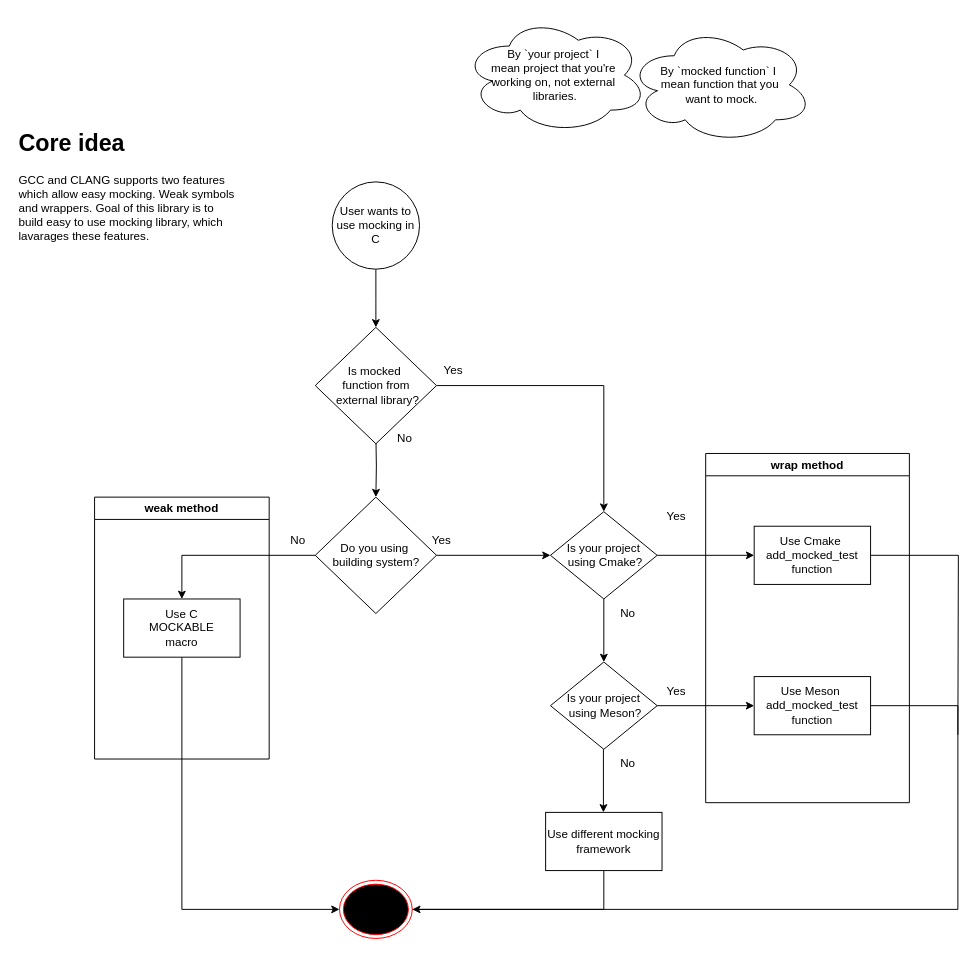
The draw.io diagram docs/c-minilib-mock-architecture.drawio in KubaTaba1uga/cdk_mock, before the edit. Source tidied: cells renumbered, new cells numbered last; positions are measured from the earlier drawing's top-left corner, leaving out a move shared by most shapes. Both pictures are drawn from the tidied source at 97%, with x=0, y=0 at pixel (16, 16).
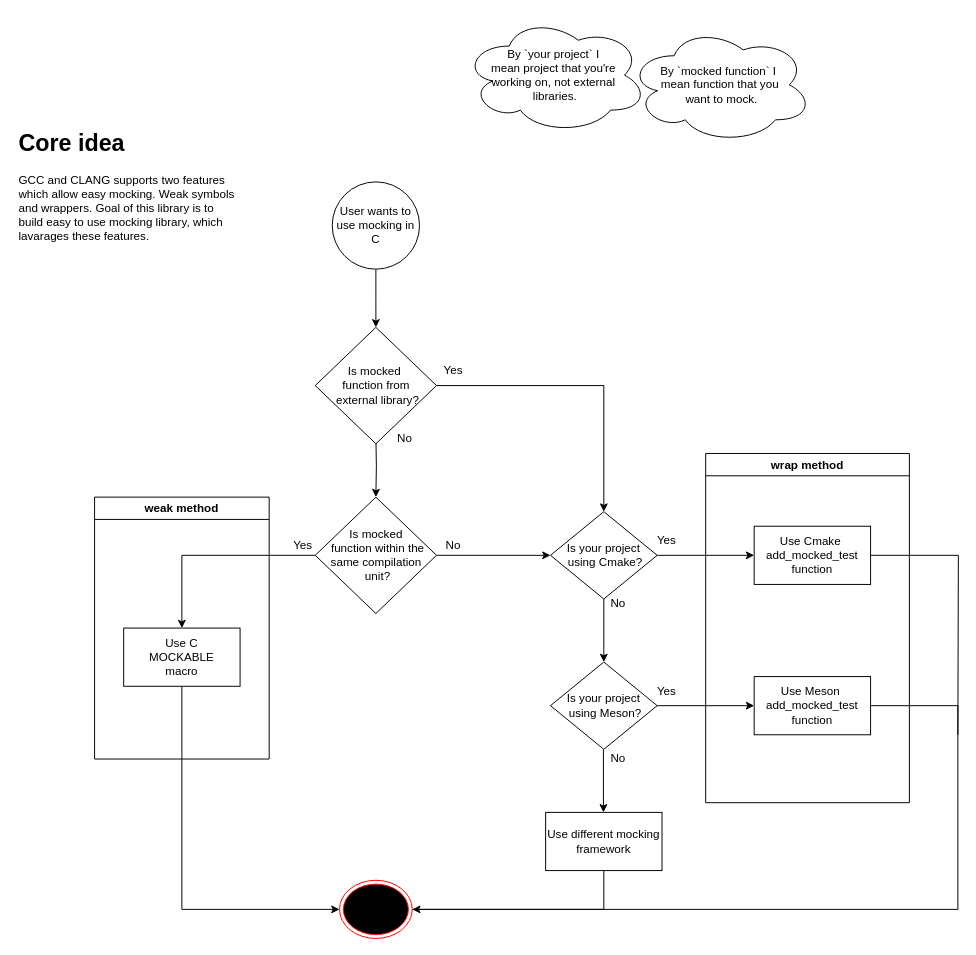
Above is the later version.

Commit message:
update architecture drawing

What changed in the source:
```diff
@@
     <mxCell id="14" value="Yes" style="text;html=1;align=center;verticalAlign=middle;whiteSpace=wrap;rounded=0;" parent="1" vertex="1">
-      <mxGeometry x="650" y="500" width="60" height="30" as="geometry" />
+      <mxGeometry x="640" y="525" width="60" height="30" as="geometry" />
     </mxCell>
@@
     <mxCell id="19" value="No" style="text;html=1;align=center;verticalAlign=middle;whiteSpace=wrap;rounded=0;" parent="1" vertex="1">
-      <mxGeometry x="600" y="600" width="60" height="30" as="geometry" />
+      <mxGeometry x="590" y="590" width="60" height="30" as="geometry" />
     </mxCell>
     <mxCell id="20" value="Yes" style="text;html=1;align=center;verticalAlign=middle;whiteSpace=wrap;rounded=0;" parent="1" vertex="1">
-      <mxGeometry x="650" y="680" width="60" height="30" as="geometry" />
+      <mxGeometry x="640" y="680" width="60" height="30" as="geometry" />
     </mxCell>
@@
     <mxCell id="22" value="No" style="text;html=1;align=center;verticalAlign=middle;whiteSpace=wrap;rounded=0;" parent="1" vertex="1">
-      <mxGeometry x="600" y="755" width="60" height="30" as="geometry" />
+      <mxGeometry x="590" y="750" width="60" height="30" as="geometry" />
     </mxCell>
@@
-    <mxCell id="29" value="Do you using&amp;nbsp;&lt;div&gt;building system&lt;span style=&quot;background-color: transparent; color: light-dark(rgb(0, 0, 0), rgb(255, 255, 255));&quot;&gt;?&lt;/span&gt;&lt;/div&gt;" style="rhombus;whiteSpace=wrap;html=1;" parent="1" vertex="1">
+    <mxCell id="29" value="Is&amp;nbsp;&lt;span style=&quot;background-color: transparent; color: light-dark(rgb(0, 0, 0), rgb(255, 255, 255));&quot;&gt;mocked&lt;/span&gt;&lt;div&gt;&lt;span style=&quot;background-color: transparent; color: light-dark(rgb(0, 0, 0), rgb(255, 255, 255));&quot;&gt;&amp;nbsp;function&amp;nbsp;&lt;/span&gt;&lt;span style=&quot;background-color: transparent; color: light-dark(rgb(0, 0, 0), rgb(255, 255, 255));&quot;&gt;within the same compilation&lt;/span&gt;&lt;/div&gt;&lt;div&gt;&lt;span style=&quot;background-color: transparent; color: light-dark(rgb(0, 0, 0), rgb(255, 255, 255));&quot;&gt;&amp;nbsp;unit&lt;/span&gt;&lt;span style=&quot;background-color: transparent; color: light-dark(rgb(0, 0, 0), rgb(255, 255, 255));&quot;&gt;?&lt;/span&gt;&lt;/div&gt;" style="rhombus;whiteSpace=wrap;html=1;" parent="1" vertex="1">
       <mxGeometry x="307.5" y="495" width="125" height="120" as="geometry" />
     </mxCell>
@@
     <mxCell id="31" value="Yes" style="text;html=1;align=center;verticalAlign=middle;whiteSpace=wrap;rounded=0;" parent="1" vertex="1">
-      <mxGeometry x="407.5" y="525" width="60" height="30" as="geometry" />
+      <mxGeometry x="265" y="530" width="60" height="30" as="geometry" />
     </mxCell>
     <mxCell id="32" value="No" style="text;html=1;align=center;verticalAlign=middle;whiteSpace=wrap;rounded=0;" parent="1" vertex="1">
-      <mxGeometry x="260" y="525" width="60" height="30" as="geometry" />
+      <mxGeometry x="420" y="530" width="60" height="30" as="geometry" />
     </mxCell>
@@
+    <mxCell id="35" value="weak method" style="swimlane;whiteSpace=wrap;html=1;" parent="1" vertex="1">
+      <mxGeometry x="80" y="495" width="180" height="270" as="geometry" />
+    </mxCell>
-    <mxCell id="34" value="Use C&lt;br&gt;MOCKABLE&lt;br&gt;macro" style="rounded=0;whiteSpace=wrap;html=1;" parent="1" vertex="1">
-      <mxGeometry x="110" y="600" width="120" height="60" as="geometry" />
+    <mxCell id="34" value="Use C&lt;br&gt;MOCKABLE&lt;br&gt;macro" style="rounded=0;whiteSpace=wrap;html=1;" parent="35" vertex="1">
+      <mxGeometry x="30" y="135" width="120" height="60" as="geometry" />
     </mxCell>
-    <mxCell id="35" value="weak method" style="swimlane;whiteSpace=wrap;html=1;" parent="1" vertex="1">
-      <mxGeometry x="80" y="495" width="180" height="270" as="geometry" />
-    </mxCell>
```
